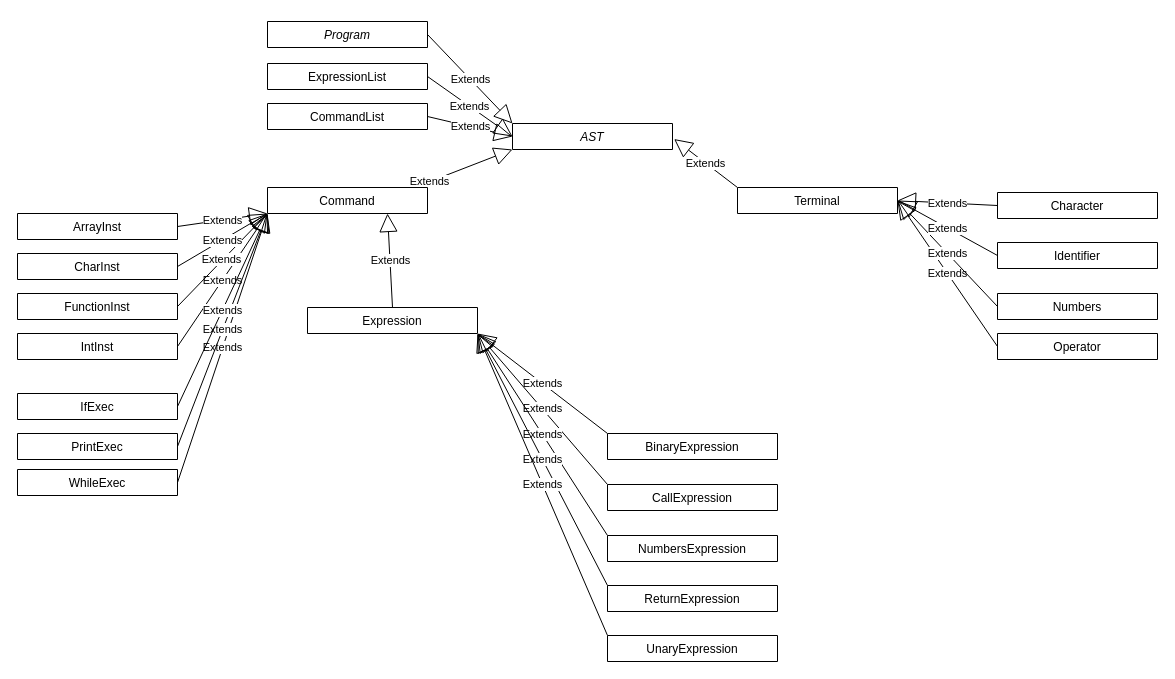
The draw.io diagram Assignments/EST Diagram UML.drawio in mungiu/CMC, before the edit. Source tidied: cells renumbered, new cells numbered last; positions are measured from the earlier drawing's top-left corner, leaving out a move shared by most shapes. Both pictures are drawn from the tidied source at 100%, with x=0, y=0 at pixel (17, 21).
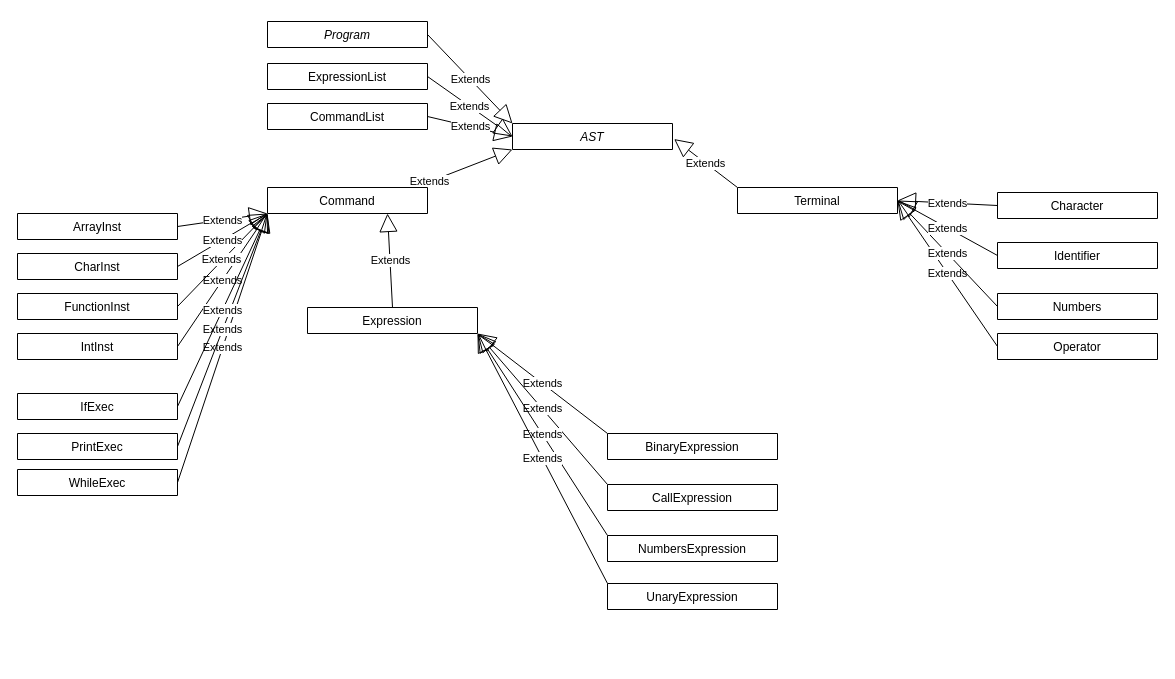
After the change.

Unchanged cells that the change refers to:
```xml
<mxCell id="36" value="Expression" style="swimlane;fontStyle=0;align=center;verticalAlign=top;horizontal=1;startSize=26;rounded=0;shadow=0;strokeWidth=1;" parent="1" vertex="1" collapsed="1">
  <mxGeometry x="290" y="286" width="170" height="26" as="geometry" />
</mxCell>
```

Diff of the diagram source:
```diff
@@
-    <mxCell id="22" value="Extends" style="endArrow=block;endSize=16;endFill=0;html=1;exitX=0;exitY=0;exitDx=0;exitDy=0;entryX=1;entryY=1;entryDx=0;entryDy=0;" parent="1" edge="1" source="43" target="36">
-      <mxGeometry relative="1" as="geometry" />
-    </mxCell>
@@
-    <mxCell id="43" value="ReturnExpression" style="swimlane;fontStyle=0;align=center;verticalAlign=top;horizontal=1;startSize=26;rounded=0;shadow=0;strokeWidth=1;" parent="1" vertex="1" collapsed="1">
-      <mxGeometry x="590" y="564" width="170" height="26" as="geometry" />
-    </mxCell>
     <mxCell id="44" value="UnaryExpression" style="swimlane;fontStyle=0;align=center;verticalAlign=top;horizontal=1;startSize=26;rounded=0;shadow=0;strokeWidth=1;" parent="1" vertex="1" collapsed="1">
-      <mxGeometry x="590" y="614" width="170" height="26" as="geometry" />
+      <mxGeometry x="590" y="562" width="170" height="26" as="geometry" />
     </mxCell>
```
